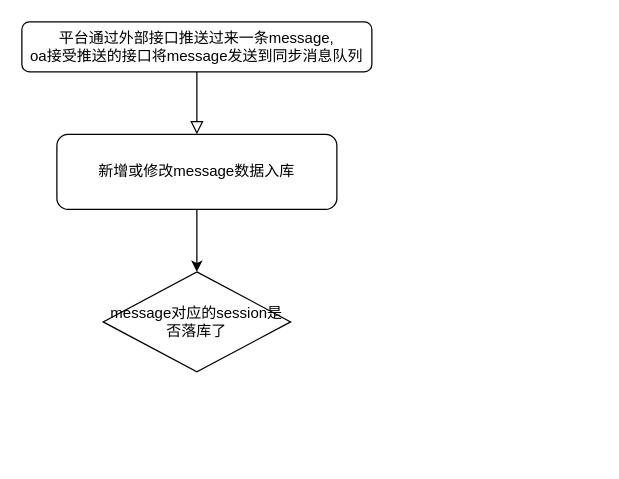
Earlier version of the draw.io diagram daraz chat.drawio (tkbyjb/blog). Source tidied: cells renumbered, new cells numbered last; positions are measured from the earlier drawing's top-left corner, leaving out a move shared by most shapes. Both pictures are drawn from the tidied source at 125%, with x=0, y=0 at pixel (21, 21).
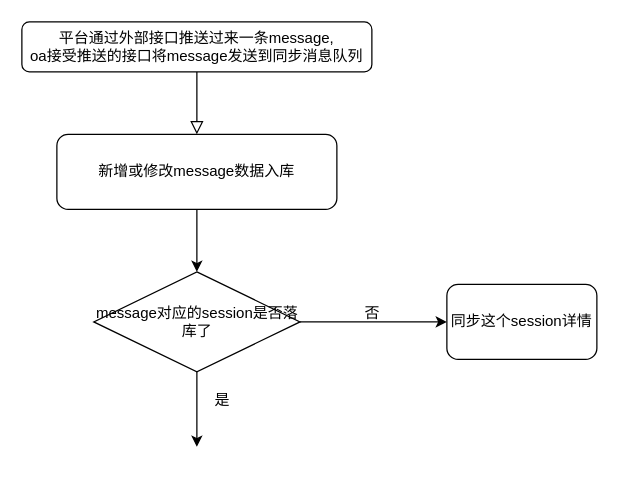
Above is the later version.

What changed in the source:
```diff
@@
 <mxGraphModel>
   <root>
     <mxCell id="0" />
     <mxCell id="1" parent="0" />
     <mxCell id="2" style="rounded=0;html=1;jettySize=auto;fontSize=11;endArrow=block;endFill=0;endSize=8;strokeWidth=1;shadow=0;labelBackgroundColor=none;edgeStyle=orthogonalEdgeStyle;exitX=0.5;exitY=1;exitDx=0;exitDy=0;" parent="1" edge="1" source="3">
       <mxGeometry relative="1" as="geometry">
         <mxPoint x="140" y="90" as="targetPoint" />
       </mxGeometry>
     </mxCell>
     <mxCell id="3" value="平台通过外部接口推送过来一条message,&lt;div&gt;oa接受推送的接口将message发送到同步消息队列&lt;br&gt;&lt;/div&gt;" style="rounded=1;whiteSpace=wrap;html=1;fontSize=12;glass=0;strokeWidth=1;shadow=0;" parent="1" vertex="1">
       <mxGeometry width="280" height="40" as="geometry" />
     </mxCell>
     <mxCell id="4" style="edgeStyle=orthogonalEdgeStyle;rounded=0;jettySize=auto;html=1;" parent="1" edge="1" source="5">
       <mxGeometry relative="1" as="geometry">
         <mxPoint x="140" y="200" as="targetPoint" />
       </mxGeometry>
     </mxCell>
     <mxCell id="5" value="新增或修改message数据入库" style="rounded=1;whiteSpace=wrap;html=1;fontSize=12;glass=0;strokeWidth=1;shadow=0;" parent="1" vertex="1">
       <mxGeometry x="28" y="90" width="224" height="60" as="geometry" />
     </mxCell>
+    <mxCell id="7" style="edgeStyle=orthogonalEdgeStyle;rounded=0;jettySize=auto;html=1;" parent="1" edge="1" source="6">
+      <mxGeometry relative="1" as="geometry">
+        <mxPoint x="340" y="240" as="targetPoint" />
+      </mxGeometry>
+    </mxCell>
+    <mxCell id="8" style="edgeStyle=orthogonalEdgeStyle;rounded=0;jettySize=auto;html=1;" parent="1" edge="1" source="6">
+      <mxGeometry relative="1" as="geometry">
+        <mxPoint x="140" y="340" as="targetPoint" />
+      </mxGeometry>
+    </mxCell>
     <mxCell id="6" value="message对应的session是否落库了" style="rhombus;whiteSpace=wrap;html=1;" parent="1" vertex="1">
-      <mxGeometry x="65" y="200" width="150" height="80" as="geometry" />
+      <mxGeometry x="57.5" y="200" width="165" height="80" as="geometry" />
     </mxCell>
+    <mxCell id="9" value="同步这个session详情" style="rounded=1;whiteSpace=wrap;html=1;" parent="1" vertex="1">
+      <mxGeometry x="340" y="210" width="120" height="60" as="geometry" />
+    </mxCell>
+    <mxCell id="10" value="否" style="text;html=1;align=center;verticalAlign=middle;strokeColor=none;fillColor=none;" parent="1" vertex="1">
+      <mxGeometry x="260" y="218" width="40" height="30" as="geometry" />
+    </mxCell>
+    <mxCell id="11" value="是" style="text;html=1;align=center;verticalAlign=middle;strokeColor=none;fillColor=none;" parent="1" vertex="1">
+      <mxGeometry x="140" y="288" width="40" height="30" as="geometry" />
+    </mxCell>
   </root>
 </mxGraphModel>
```
